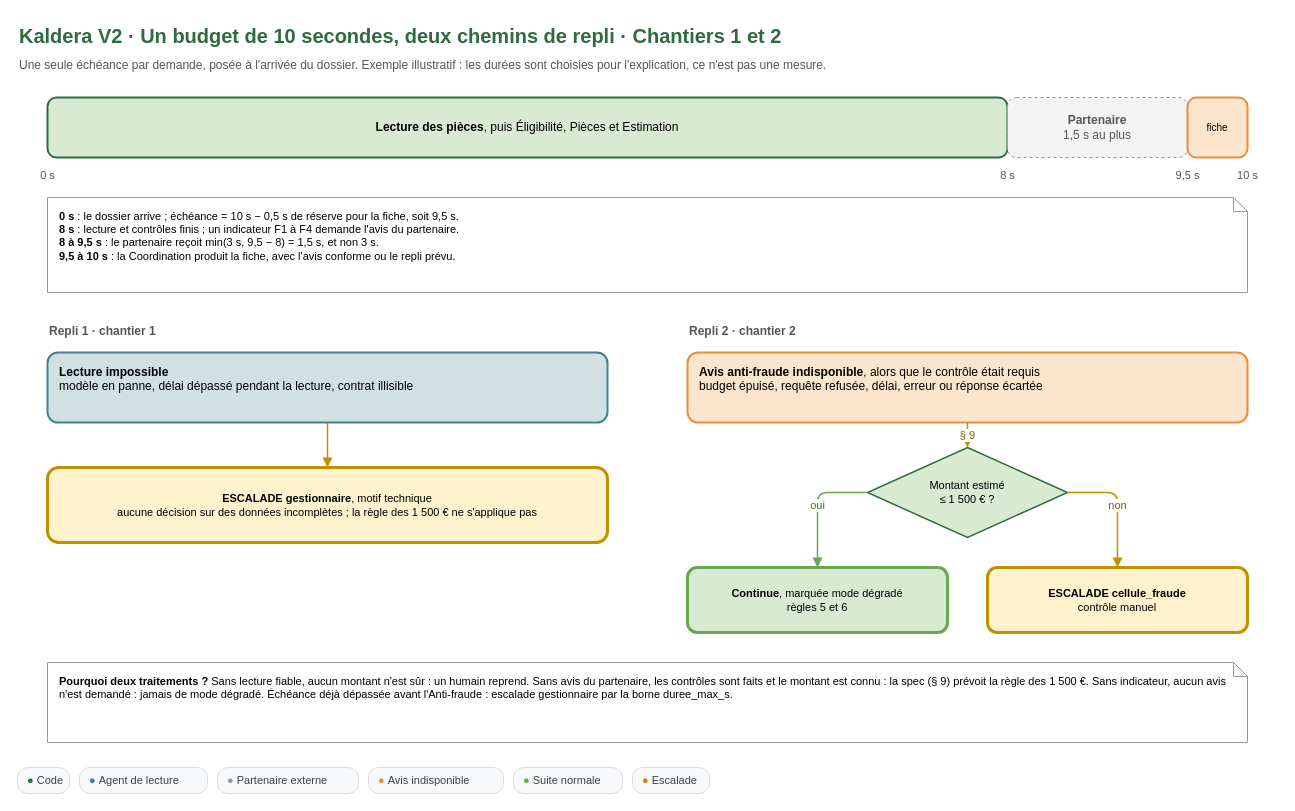
Earlier version of the draw.io diagram conception/schemas/schema-7-budget-10-s.drawio (Ganda15/kaldera-bout-en-bout_v2). Source tidied: cells renumbered, new cells numbered last; positions are measured from the earlier drawing's top-left corner, leaving out a move shared by most shapes. Both pictures are drawn from the tidied source at 100%, with x=0, y=0 at pixel (17, 17).
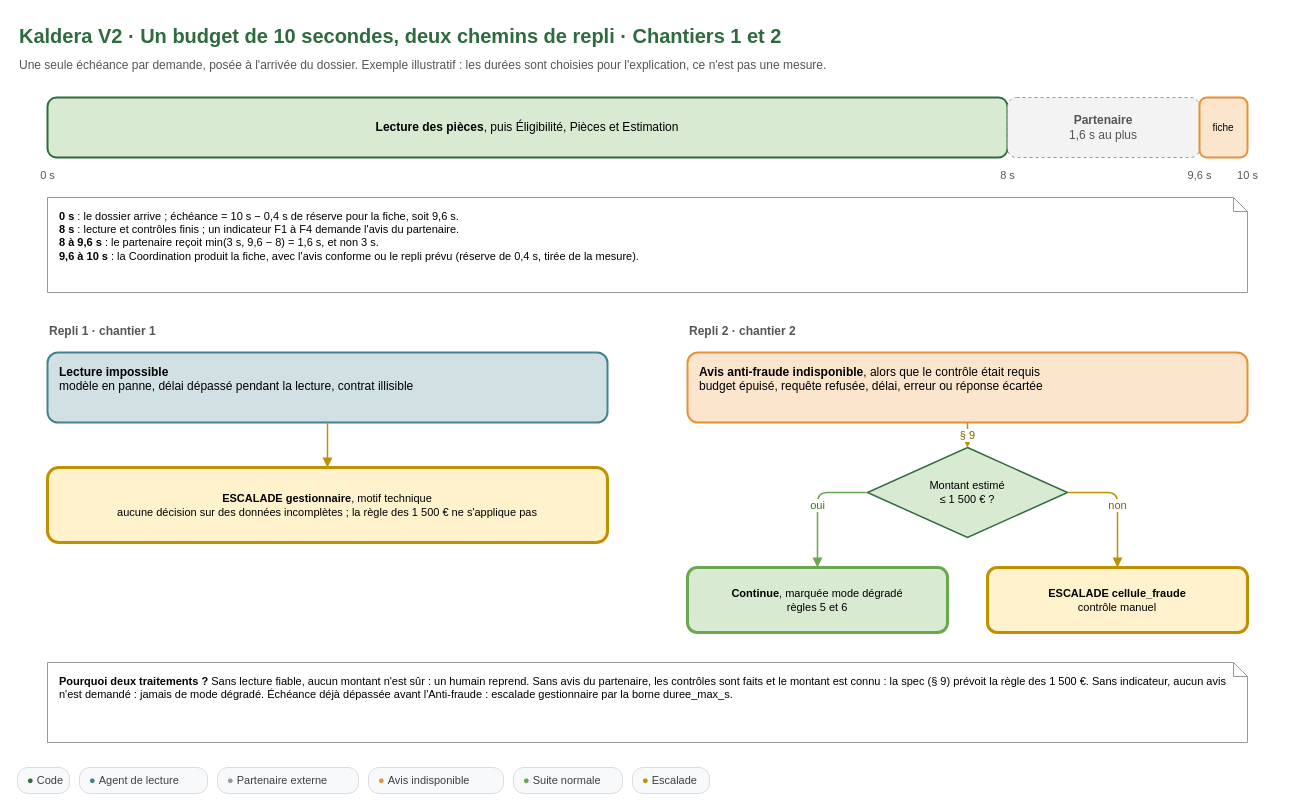
The same page after the edit.

Diff of the diagram source:
```diff
@@
-    <mxCell id="5" value="&lt;b&gt;Partenaire&lt;/b&gt;&lt;br&gt;1,5 s au plus" style="whiteSpace=wrap;html=1;fontFamily=Arial;fontSize=12;rounded=1;fillColor=#f3f3f3;strokeColor=#999999;dashed=1;fontColor=#555555;align=center;verticalAlign=middle;spacingTop=0;spacingLeft=6;spacingRight=6;" parent="1" vertex="1">
-      <mxGeometry x="990" y="80" width="180" height="60" as="geometry" />
+    <mxCell id="5" value="&lt;b&gt;Partenaire&lt;/b&gt;&lt;br&gt;1,6 s au plus" style="whiteSpace=wrap;html=1;fontFamily=Arial;fontSize=12;rounded=1;fillColor=#f3f3f3;strokeColor=#999999;dashed=1;fontColor=#555555;align=center;verticalAlign=middle;spacingTop=0;spacingLeft=6;spacingRight=6;" parent="1" vertex="1">
+      <mxGeometry x="990" y="80" width="192" height="60" as="geometry" />
     </mxCell>
     <mxCell id="6" value="fiche" style="whiteSpace=wrap;html=1;fontFamily=Arial;fontSize=12;align=left;spacingLeft=10;spacingRight=8;verticalAlign=top;spacingTop=6;rounded=1;fillColor=#fce5cd;strokeColor=#e69138;strokeWidth=2;align=center;verticalAlign=middle;spacingTop=0;spacingLeft=6;spacingRight=6;fontSize=10;" parent="1" vertex="1">
-      <mxGeometry x="1170" y="80" width="60" height="60" as="geometry" />
+      <mxGeometry x="1182" y="80" width="48" height="60" as="geometry" />
     </mxCell>
@@
-    <mxCell id="9" value="9,5 s" style="text;html=1;fontFamily=Arial;fontSize=11;fontColor=#555555;align=center;verticalAlign=top;" parent="1" vertex="1">
-      <mxGeometry x="1140" y="145" width="60" height="20" as="geometry" />
-    </mxCell>
+    <mxCell id="31" value="9,6 s" style="text;html=1;fontFamily=Arial;fontSize=11;fontColor=#555555;align=center;verticalAlign=top;" parent="1" vertex="1">
+      <mxGeometry x="1152" y="145" width="60" height="20" as="geometry" />
+    </mxCell>
@@
-    <mxCell id="11" value="&lt;b&gt;0 s&lt;/b&gt; : le dossier arrive ; échéance = 10 s − 0,5 s de réserve pour la fiche, soit 9,5 s.&lt;br&gt;&lt;b&gt;8 s&lt;/b&gt; : lecture et contrôles finis ; un indicateur F1 à F4 demande l'avis du partenaire.&lt;br&gt;&lt;b&gt;8 à 9,5 s&lt;/b&gt; : le partenaire reçoit min(3 s, 9,5 − 8) = 1,5 s, et non 3 s.&lt;br&gt;&lt;b&gt;9,5 à 10 s&lt;/b&gt; : la Coordination produit la fiche, avec l'avis conforme ou le repli prévu." style="whiteSpace=wrap;html=1;fontFamily=Arial;fontSize=12;align=left;spacingLeft=10;spacingRight=8;verticalAlign=top;spacingTop=6;shape=note;size=14;fillColor=#ffffff;strokeColor=#999999;fontSize=11;" parent="1" vertex="1">
+    <mxCell id="11" value="&lt;b&gt;0 s&lt;/b&gt; : le dossier arrive ; échéance = 10 s − 0,4 s de réserve pour la fiche, soit 9,6 s.&lt;br&gt;&lt;b&gt;8 s&lt;/b&gt; : lecture et contrôles finis ; un indicateur F1 à F4 demande l'avis du partenaire.&lt;br&gt;&lt;b&gt;8 à 9,6 s&lt;/b&gt; : le partenaire reçoit min(3 s, 9,6 − 8) = 1,6 s, et non 3 s.&lt;br&gt;&lt;b&gt;9,6 à 10 s&lt;/b&gt; : la Coordination produit la fiche, avec l'avis conforme ou le repli prévu (réserve de 0,4 s, tirée de la mesure)." style="whiteSpace=wrap;html=1;fontFamily=Arial;fontSize=12;align=left;spacingLeft=10;spacingRight=8;verticalAlign=top;spacingTop=6;shape=note;size=14;fillColor=#ffffff;strokeColor=#999999;fontSize=11;" parent="1" vertex="1">
       <mxGeometry x="30" y="180" width="1200" height="95" as="geometry" />
     </mxCell>
```
